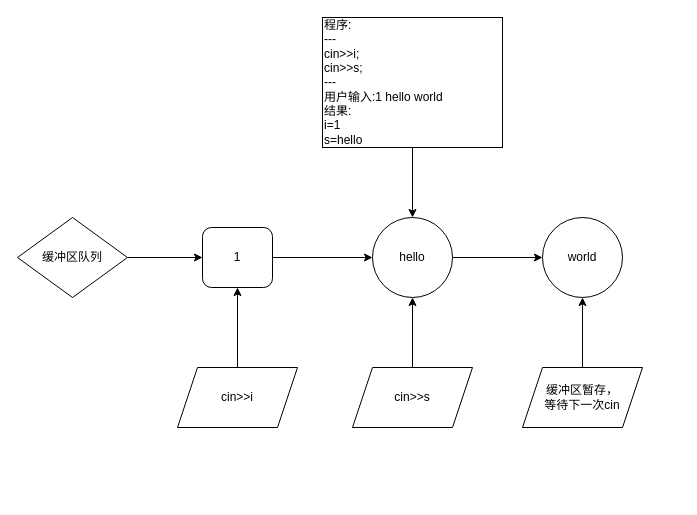
The draw.io diagram 未命名绘图.drawio in MrXnneHang/drawio, before the edit. Source tidied: cells renumbered, new cells numbered last; positions are measured from the earlier drawing's top-left corner, leaving out a move shared by most shapes. Both pictures are drawn from the tidied source at 100%, with x=0, y=0 at pixel (17, 17).
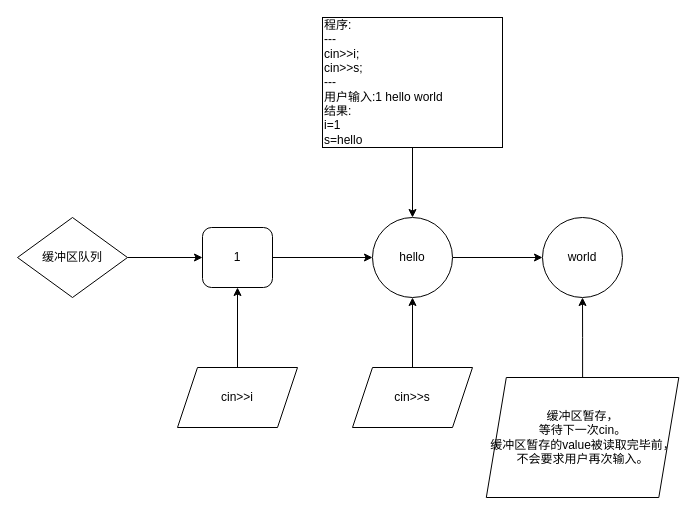
The same diagram, later.

Commit message (it also covers changes not shown here):
更新未命名绘图.drawio

Diff of the diagram source:
```diff
@@
 <mxGraphModel>
   <root>
     <mxCell id="0" />
     <mxCell id="1" parent="0" />
     <mxCell id="2" style="edgeStyle=orthogonalEdgeStyle;rounded=0;jettySize=auto;html=1;" parent="1" edge="1" source="3" target="5">
       <mxGeometry relative="1" as="geometry" />
     </mxCell>
     <mxCell id="3" value="1" style="rounded=1;whiteSpace=wrap;html=1;" parent="1" vertex="1">
       <mxGeometry x="185" y="210" width="70" height="60" as="geometry" />
     </mxCell>
     <mxCell id="4" style="edgeStyle=orthogonalEdgeStyle;rounded=0;jettySize=auto;html=1;" parent="1" edge="1" source="5" target="6">
       <mxGeometry relative="1" as="geometry" />
     </mxCell>
     <mxCell id="5" value="hello" style="ellipse;whiteSpace=wrap;html=1;" parent="1" vertex="1">
       <mxGeometry x="355" y="200" width="80" height="80" as="geometry" />
     </mxCell>
     <mxCell id="6" value="world" style="ellipse;whiteSpace=wrap;html=1;" parent="1" vertex="1">
       <mxGeometry x="525" y="200" width="80" height="80" as="geometry" />
     </mxCell>
     <mxCell id="7" style="edgeStyle=orthogonalEdgeStyle;rounded=0;jettySize=auto;html=1;" parent="1" edge="1" source="8" target="3">
       <mxGeometry relative="1" as="geometry" />
     </mxCell>
     <mxCell id="8" value="cin&amp;gt;&amp;gt;i" style="shape=parallelogram;perimeter=parallelogramPerimeter;whiteSpace=wrap;html=1;fixedSize=1;" parent="1" vertex="1">
       <mxGeometry x="160" y="350" width="120" height="60" as="geometry" />
     </mxCell>
     <mxCell id="9" style="edgeStyle=orthogonalEdgeStyle;rounded=0;jettySize=auto;html=1;" parent="1" edge="1" source="10" target="5">
       <mxGeometry relative="1" as="geometry" />
     </mxCell>
     <mxCell id="10" value="&lt;div&gt;程序:&lt;/div&gt;&lt;div&gt;---&lt;/div&gt;cin&amp;gt;&amp;gt;i;&lt;div&gt;cin&amp;gt;&amp;gt;s;&lt;/div&gt;&lt;div&gt;---&lt;/div&gt;&lt;div&gt;用户输入:1 hello world&lt;/div&gt;&lt;div&gt;结果:&lt;/div&gt;&lt;div&gt;i=1&lt;/div&gt;&lt;div&gt;s=hello&lt;/div&gt;" style="rounded=0;whiteSpace=wrap;html=1;align=left;" parent="1" vertex="1">
       <mxGeometry x="305" width="180" height="130" as="geometry" />
     </mxCell>
     <mxCell id="11" style="edgeStyle=orthogonalEdgeStyle;rounded=0;jettySize=auto;html=1;" parent="1" edge="1" source="12" target="5">
       <mxGeometry relative="1" as="geometry" />
     </mxCell>
     <mxCell id="12" value="cin&amp;gt;&amp;gt;s" style="shape=parallelogram;perimeter=parallelogramPerimeter;whiteSpace=wrap;html=1;fixedSize=1;" parent="1" vertex="1">
       <mxGeometry x="335" y="350" width="120" height="60" as="geometry" />
     </mxCell>
     <mxCell id="13" style="edgeStyle=orthogonalEdgeStyle;rounded=0;jettySize=auto;html=1;" parent="1" edge="1" source="14" target="3">
       <mxGeometry relative="1" as="geometry" />
     </mxCell>
     <mxCell id="14" value="缓冲区队列" style="rhombus;whiteSpace=wrap;html=1;" parent="1" vertex="1">
       <mxGeometry y="200" width="110" height="80" as="geometry" />
     </mxCell>
     <mxCell id="15" style="edgeStyle=orthogonalEdgeStyle;rounded=0;jettySize=auto;html=1;" parent="1" edge="1" source="16" target="6">
       <mxGeometry relative="1" as="geometry" />
     </mxCell>
-    <mxCell id="16" value="缓冲区暂存，&lt;div&gt;等待下一次cin&lt;/div&gt;" style="shape=parallelogram;perimeter=parallelogramPerimeter;whiteSpace=wrap;html=1;fixedSize=1;" parent="1" vertex="1">
-      <mxGeometry x="505" y="350" width="120" height="60" as="geometry" />
+    <mxCell id="16" value="缓冲区暂存，&lt;div&gt;等待下一次cin。&lt;/div&gt;&lt;div&gt;缓冲区暂存的value被读取完毕前，不会要求用户再次输入。&lt;/div&gt;" style="shape=parallelogram;perimeter=parallelogramPerimeter;whiteSpace=wrap;html=1;fixedSize=1;" parent="1" vertex="1">
+      <mxGeometry x="468.8" y="360" width="192.5" height="120" as="geometry" />
     </mxCell>
   </root>
 </mxGraphModel>
```
